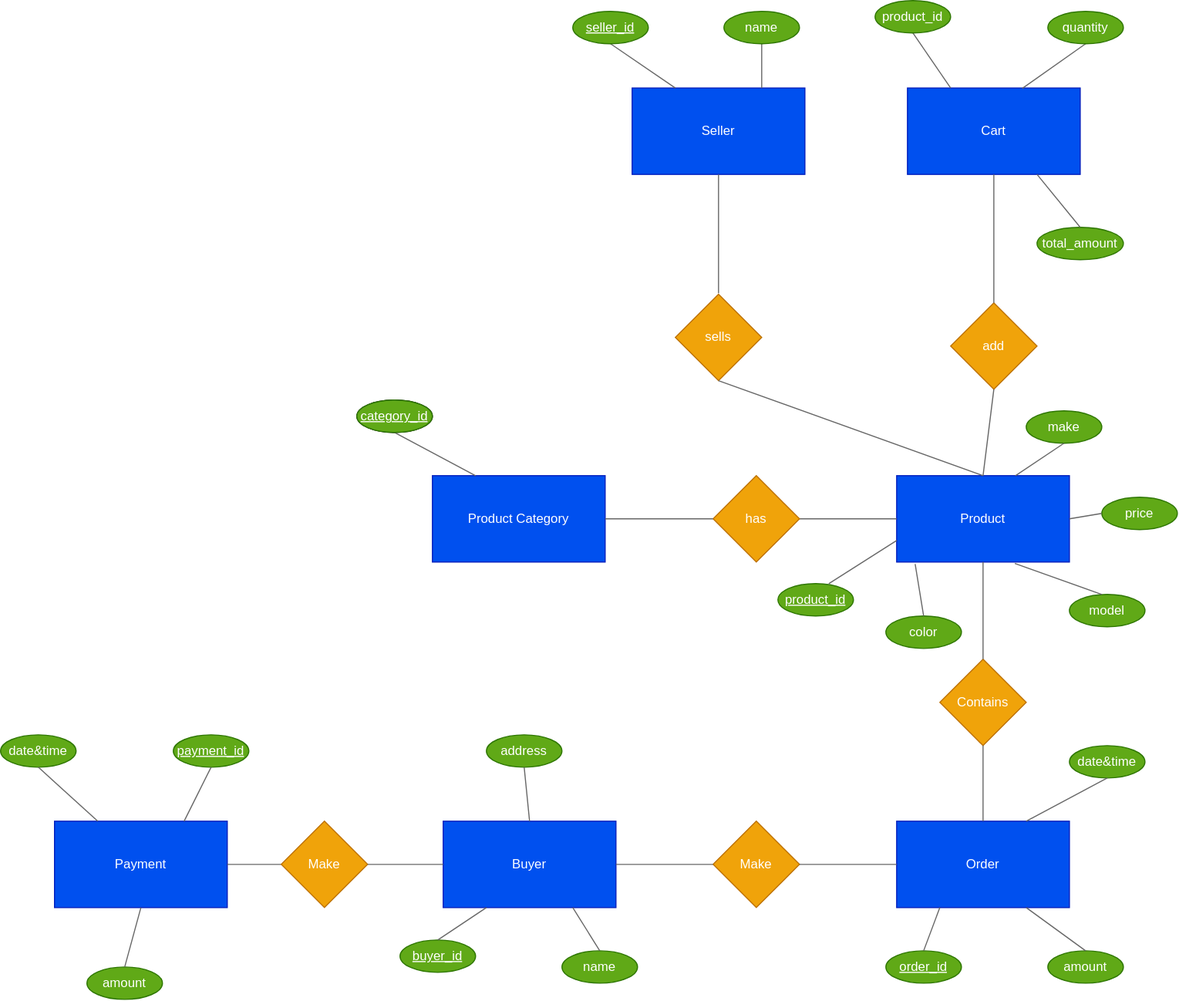
Earlier version of the draw.io export ER_diagram.drawio.svg (Hemakanth1/shopping-cart-system). Source tidied: cells renumbered, new cells last; positions are measured from the earlier drawing's top-left corner, leaving out a move shared by most shapes.
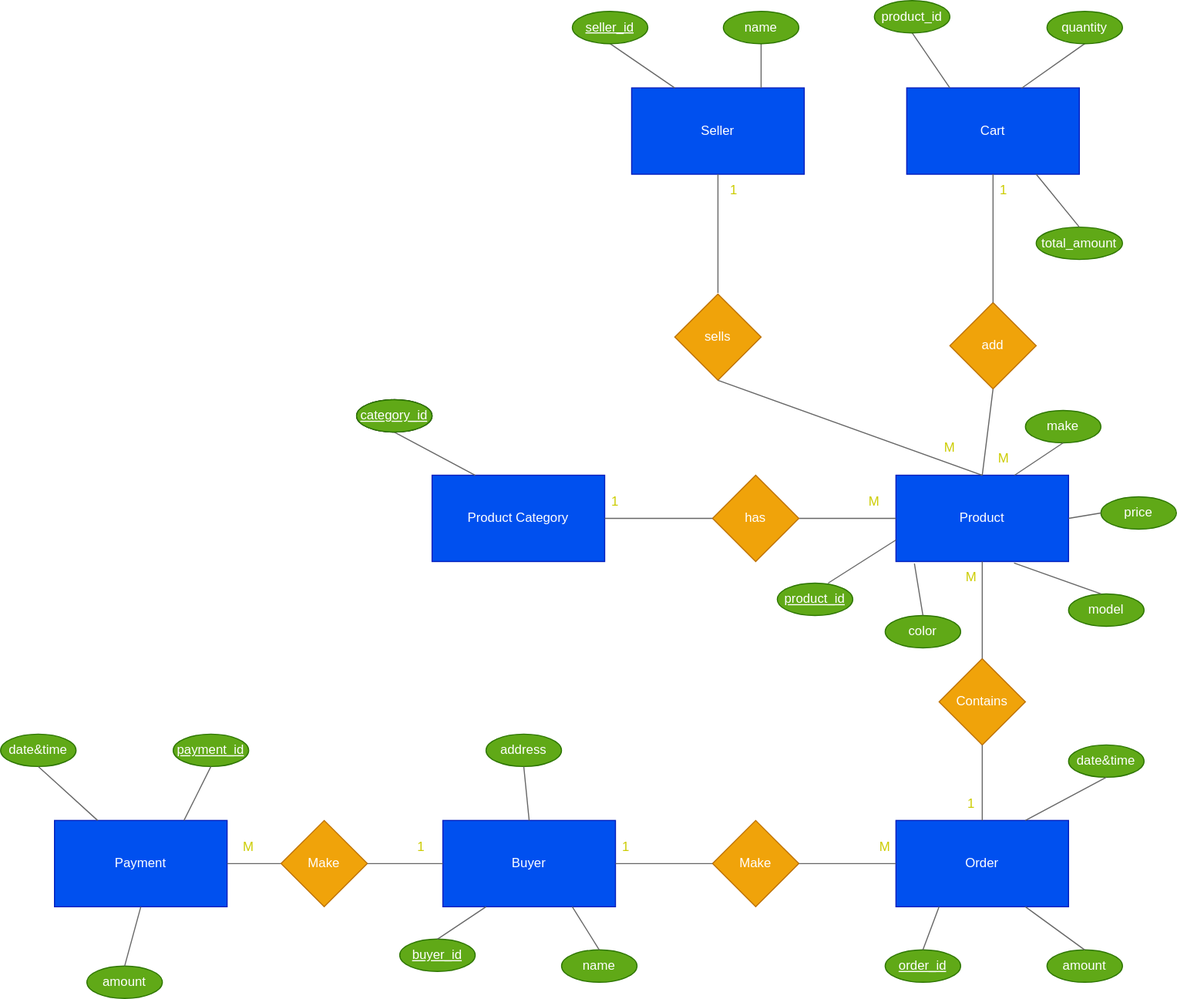
The same file after the commit.

Commit message:
er-diagram color changes

The edit, as a diff of the source:
```diff
@@ -204,40 +204,40 @@
     <mxCell id="67" value="quantity" style="ellipse;whiteSpace=wrap;html=1;fontColor=#ffffff;fillColor=#60a917;strokeColor=#2D7600;" parent="1" vertex="1">
       <mxGeometry x="970" y="10" width="70" height="30" as="geometry" />
     </mxCell>
-    <mxCell id="68" value="M" style="text;html=1;strokeColor=none;fillColor=none;align=center;verticalAlign=middle;whiteSpace=wrap;rounded=0;fontColor=#FFFFFF;" parent="1" vertex="1">
+    <mxCell id="68" value="M" style="text;html=1;strokeColor=none;fillColor=none;align=center;verticalAlign=middle;whiteSpace=wrap;rounded=0;fontColor=#CCCC00;" parent="1" vertex="1">
       <mxGeometry x="200" y="770" width="60" height="30" as="geometry" />
     </mxCell>
-    <mxCell id="69" value="1" style="text;html=1;strokeColor=none;fillColor=none;align=center;verticalAlign=middle;whiteSpace=wrap;rounded=0;fontColor=#FFFFFF;" parent="1" vertex="1">
+    <mxCell id="69" value="1" style="text;html=1;strokeColor=none;fillColor=none;align=center;verticalAlign=middle;whiteSpace=wrap;rounded=0;fontColor=#CCCC00;" parent="1" vertex="1">
       <mxGeometry x="360" y="770" width="60" height="30" as="geometry" />
     </mxCell>
-    <mxCell id="70" value="1" style="text;html=1;strokeColor=none;fillColor=none;align=center;verticalAlign=middle;whiteSpace=wrap;rounded=0;fontColor=#FFFFFF;" parent="1" vertex="1">
+    <mxCell id="70" value="1" style="text;html=1;strokeColor=none;fillColor=none;align=center;verticalAlign=middle;whiteSpace=wrap;rounded=0;fontColor=#CCCC00;" parent="1" vertex="1">
       <mxGeometry x="550" y="770" width="60" height="30" as="geometry" />
     </mxCell>
-    <mxCell id="71" value="M" style="text;html=1;strokeColor=none;fillColor=none;align=center;verticalAlign=middle;whiteSpace=wrap;rounded=0;fontColor=#FFFFFF;" parent="1" vertex="1">
+    <mxCell id="71" value="M" style="text;html=1;strokeColor=none;fillColor=none;align=center;verticalAlign=middle;whiteSpace=wrap;rounded=0;fontColor=#CCCC00;" parent="1" vertex="1">
       <mxGeometry x="790" y="770" width="60" height="30" as="geometry" />
     </mxCell>
-    <mxCell id="72" value="1" style="text;html=1;strokeColor=none;fillColor=none;align=center;verticalAlign=middle;whiteSpace=wrap;rounded=0;fontColor=#FFFFFF;" parent="1" vertex="1">
+    <mxCell id="72" value="1" style="text;html=1;strokeColor=none;fillColor=none;align=center;verticalAlign=middle;whiteSpace=wrap;rounded=0;fontColor=#CCCC00;" parent="1" vertex="1">
       <mxGeometry x="870" y="730" width="60" height="30" as="geometry" />
     </mxCell>
-    <mxCell id="73" value="M" style="text;html=1;strokeColor=none;fillColor=none;align=center;verticalAlign=middle;whiteSpace=wrap;rounded=0;fontColor=#FFFFFF;" parent="1" vertex="1">
+    <mxCell id="73" value="M" style="text;html=1;strokeColor=none;fillColor=none;align=center;verticalAlign=middle;whiteSpace=wrap;rounded=0;fontColor=#CCCC00;" parent="1" vertex="1">
       <mxGeometry x="870" y="520" width="60" height="30" as="geometry" />
     </mxCell>
-    <mxCell id="74" value="M" style="text;html=1;strokeColor=none;fillColor=none;align=center;verticalAlign=middle;whiteSpace=wrap;rounded=0;fontColor=#FFFFFF;" parent="1" vertex="1">
+    <mxCell id="74" value="M" style="text;html=1;strokeColor=none;fillColor=none;align=center;verticalAlign=middle;whiteSpace=wrap;rounded=0;fontColor=#CCCC00;" parent="1" vertex="1">
       <mxGeometry x="900" y="410" width="60" height="30" as="geometry" />
     </mxCell>
-    <mxCell id="75" value="1" style="text;html=1;strokeColor=none;fillColor=none;align=center;verticalAlign=middle;whiteSpace=wrap;rounded=0;fontColor=#FFFFFF;" parent="1" vertex="1">
+    <mxCell id="75" value="1" style="text;html=1;strokeColor=none;fillColor=none;align=center;verticalAlign=middle;whiteSpace=wrap;rounded=0;fontColor=#CCCC00;" parent="1" vertex="1">
       <mxGeometry x="900" y="161" width="60" height="30" as="geometry" />
     </mxCell>
-    <mxCell id="76" value="M" style="text;html=1;strokeColor=none;fillColor=none;align=center;verticalAlign=middle;whiteSpace=wrap;rounded=0;fontColor=#FFFFFF;" parent="1" vertex="1">
+    <mxCell id="76" value="M" style="text;html=1;strokeColor=none;fillColor=none;align=center;verticalAlign=middle;whiteSpace=wrap;rounded=0;fontColor=#CCCC00;" parent="1" vertex="1">
       <mxGeometry x="850" y="400" width="60" height="30" as="geometry" />
     </mxCell>
-    <mxCell id="77" value="1" style="text;html=1;strokeColor=none;fillColor=none;align=center;verticalAlign=middle;whiteSpace=wrap;rounded=0;fontColor=#FFFFFF;" parent="1" vertex="1">
+    <mxCell id="77" value="1" style="text;html=1;strokeColor=none;fillColor=none;align=center;verticalAlign=middle;whiteSpace=wrap;rounded=0;fontColor=#CCCC00;" parent="1" vertex="1">
       <mxGeometry x="650" y="161" width="60" height="30" as="geometry" />
     </mxCell>
-    <mxCell id="78" value="1" style="text;html=1;strokeColor=none;fillColor=none;align=center;verticalAlign=middle;whiteSpace=wrap;rounded=0;fontColor=#FFFFFF;" parent="1" vertex="1">
+    <mxCell id="78" value="1" style="text;html=1;strokeColor=none;fillColor=none;align=center;verticalAlign=middle;whiteSpace=wrap;rounded=0;fontColor=#CCCC00;" parent="1" vertex="1">
       <mxGeometry x="540" y="450" width="60" height="30" as="geometry" />
     </mxCell>
-    <mxCell id="79" value="M" style="text;html=1;strokeColor=none;fillColor=none;align=center;verticalAlign=middle;whiteSpace=wrap;rounded=0;fontColor=#FFFFFF;" parent="1" vertex="1">
+    <mxCell id="79" value="M" style="text;html=1;strokeColor=none;fillColor=none;align=center;verticalAlign=middle;whiteSpace=wrap;rounded=0;fontColor=#CCCC00;" parent="1" vertex="1">
       <mxGeometry x="780" y="450" width="60" height="30" as="geometry" />
     </mxCell>
   </root>
```
